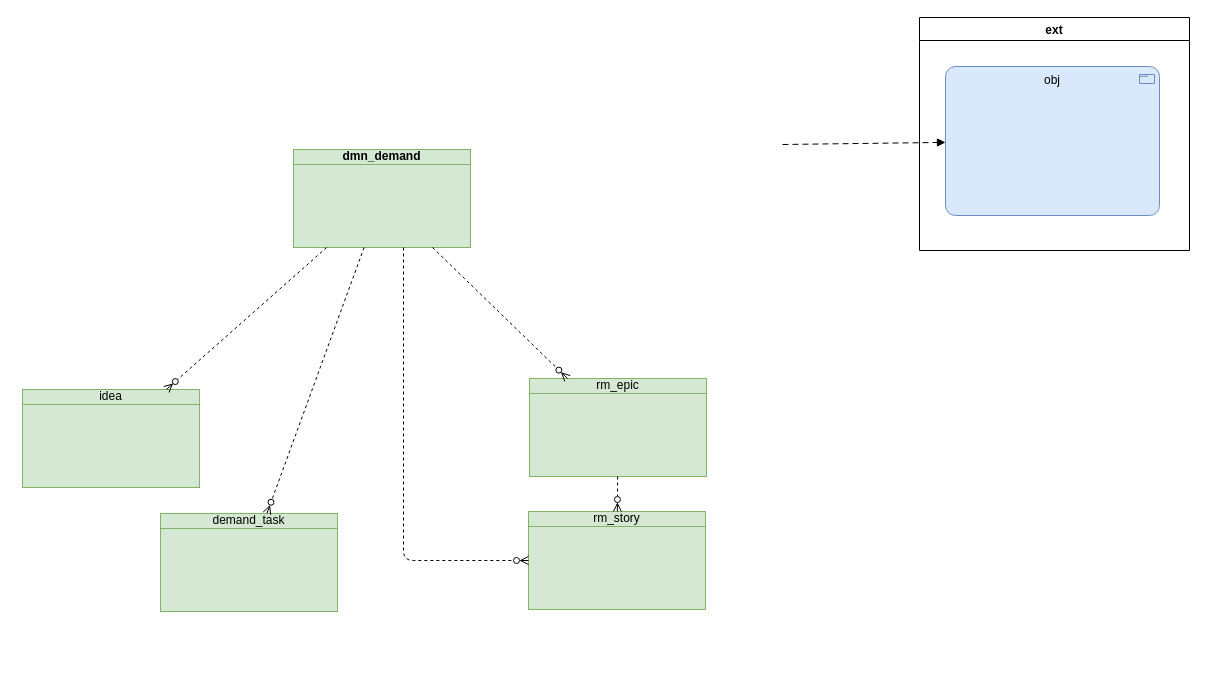
algimas/tmp keeps this draw.io diagram as page "integration" (10 of 14) of Bosch.drawio. Above is the earlier version. Source tidied: cells renumbered, new cells numbered last; positions are measured from the earlier drawing's top-left corner, leaving out a move shared by most shapes. Both pictures are drawn from the tidied source at 100%, with x=0, y=0 at pixel (22, 17).
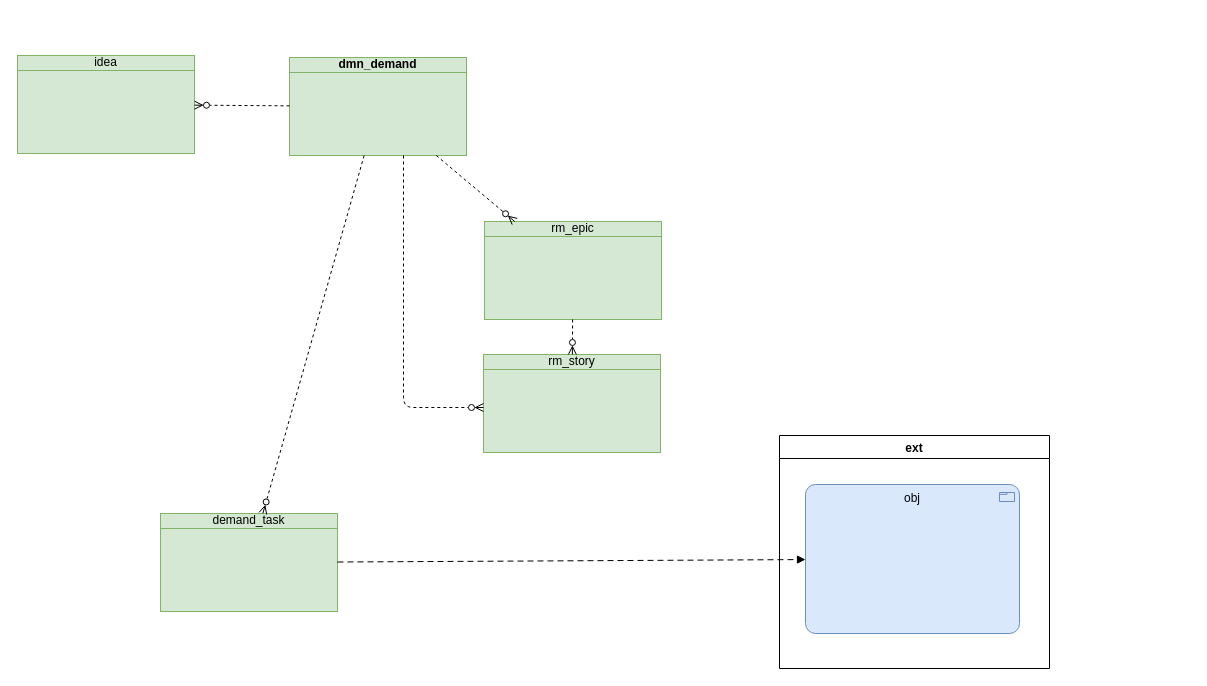
The same page after the edit.

The edit, as a diff of the source:
```diff
@@
 <mxGraphModel>
   <root>
     <mxCell id="0" />
     <mxCell id="1" parent="0" />
-    <mxCell id="2" value="&lt;b&gt;dmn_demand&lt;/b&gt;" style="html=1;outlineConnect=0;whiteSpace=wrap;fillColor=#d5e8d4;shape=mxgraph.archimate3.businessObject;overflow=fill;strokeColor=#82b366;" parent="1" vertex="1">
-      <mxGeometry x="271" y="132" width="177" height="98" as="geometry" />
+    <mxCell id="2" value="&lt;b&gt;dmn_demand&lt;/b&gt;&lt;div&gt;&lt;br&gt;&lt;/div&gt;&lt;div&gt;&lt;br&gt;&lt;/div&gt;&lt;div&gt;&lt;br&gt;&lt;/div&gt;" style="html=1;outlineConnect=0;whiteSpace=wrap;fillColor=#d5e8d4;shape=mxgraph.archimate3.businessObject;overflow=fill;strokeColor=#82b366;" parent="1" vertex="1">
+      <mxGeometry x="267" y="40" width="177" height="98" as="geometry" />
     </mxCell>
     <mxCell id="3" value="rm_epic" style="html=1;outlineConnect=0;whiteSpace=wrap;fillColor=#d5e8d4;shape=mxgraph.archimate3.businessObject;overflow=fill;strokeColor=#82b366;" parent="1" vertex="1">
-      <mxGeometry x="507" y="361" width="177" height="98" as="geometry" />
+      <mxGeometry x="462" y="204" width="177" height="98" as="geometry" />
     </mxCell>
     <mxCell id="4" value="rm_story" style="html=1;outlineConnect=0;whiteSpace=wrap;fillColor=#d5e8d4;shape=mxgraph.archimate3.businessObject;overflow=fill;strokeColor=#82b366;" parent="1" vertex="1">
-      <mxGeometry x="506" y="494" width="177" height="98" as="geometry" />
+      <mxGeometry x="461" y="337" width="177" height="98" as="geometry" />
     </mxCell>
     <mxCell id="5" value="idea" style="html=1;outlineConnect=0;whiteSpace=wrap;fillColor=#d5e8d4;shape=mxgraph.archimate3.businessObject;overflow=fill;strokeColor=#82b366;" parent="1" vertex="1">
-      <mxGeometry y="372" width="177" height="98" as="geometry" />
+      <mxGeometry x="-5" y="38" width="177" height="98" as="geometry" />
     </mxCell>
     <mxCell id="6" style="html=1;dashed=1;labelBackgroundColor=none;startArrow=none;endArrow=ERzeroToMany;fontFamily=Verdana;fontSize=12;align=left;startFill=0;endFill=0;" parent="1" edge="1" source="2" target="5">
       <mxGeometry relative="1" as="geometry" />
     </mxCell>
     <mxCell id="7" style="html=1;dashed=1;labelBackgroundColor=none;startArrow=none;endArrow=ERzeroToMany;fontFamily=Verdana;fontSize=12;align=left;startFill=0;endFill=0;" parent="1" edge="1" source="3" target="4">
       <mxGeometry relative="1" as="geometry" />
     </mxCell>
     <mxCell id="8" style="html=1;dashed=1;labelBackgroundColor=none;startArrow=none;endArrow=ERzeroToMany;fontFamily=Verdana;fontSize=12;align=left;startFill=0;endFill=0;" parent="1" edge="1" source="2" target="3">
       <mxGeometry relative="1" as="geometry" />
     </mxCell>
     <mxCell id="9" value="demand_task" style="html=1;outlineConnect=0;whiteSpace=wrap;fillColor=#d5e8d4;shape=mxgraph.archimate3.businessObject;overflow=fill;strokeColor=#82b366;" parent="1" vertex="1">
       <mxGeometry x="138" y="496" width="177" height="98" as="geometry" />
     </mxCell>
     <mxCell id="10" style="html=1;dashed=1;labelBackgroundColor=none;startArrow=none;endArrow=ERzeroToMany;fontFamily=Verdana;fontSize=12;align=left;startFill=0;endFill=0;" parent="1" edge="1" source="2" target="9">
       <mxGeometry relative="1" as="geometry" />
     </mxCell>
     <mxCell id="11" style="html=1;dashed=1;labelBackgroundColor=none;startArrow=none;endArrow=ERzeroToMany;fontFamily=Verdana;fontSize=12;align=left;startFill=0;endFill=0;edgeStyle=elbowEdgeStyle;" parent="1" edge="1" source="2" target="4">
       <mxGeometry relative="1" as="geometry">
         <Array as="points">
           <mxPoint x="381" y="390" />
         </Array>
       </mxGeometry>
     </mxCell>
     <mxCell id="12" value="ext" style="swimlane;" parent="1" vertex="1">
-      <mxGeometry x="897" width="270" height="233" as="geometry" />
+      <mxGeometry x="757" y="418" width="270" height="233" as="geometry" />
     </mxCell>
     <mxCell id="13" value="obj" style="html=1;outlineConnect=0;whiteSpace=wrap;fillColor=#dae8fc;shape=mxgraph.archimate3.application;appType=product;archiType=rounded;strokeColor=#6c8ebf;verticalAlign=top;fontStyle=0;" parent="12" vertex="1">
       <mxGeometry x="26" y="49" width="214" height="149" as="geometry" />
     </mxCell>
-    <mxCell id="14" style="html=1;endArrow=block;dashed=1;elbow=vertical;endFill=1;dashPattern=6 4;rounded=0;fontSize=12;fontStyle=0;startArrow=none;startFill=0;" parent="1" edge="1" target="13">
-      <mxGeometry relative="1" as="geometry">
-        <mxPoint x="760" y="127" as="sourcePoint" />
-      </mxGeometry>
+    <mxCell id="14" style="html=1;endArrow=block;dashed=1;elbow=vertical;endFill=1;dashPattern=6 4;rounded=0;fontSize=12;fontStyle=0;startArrow=none;startFill=0;" parent="1" edge="1" source="9" target="13">
+      <mxGeometry relative="1" as="geometry" />
     </mxCell>
   </root>
 </mxGraphModel>
```
